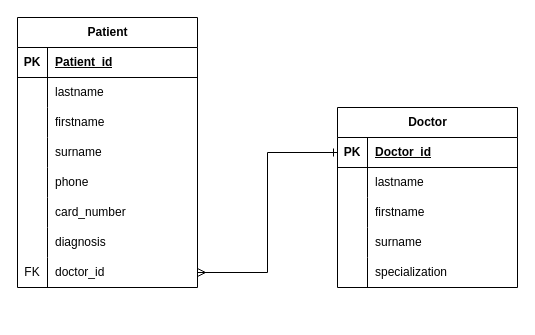
Before: Hospital/Database/HospitalER.drawio in avtss/Patterns, a draw.io diagram. Source tidied: cells renumbered, new cells numbered last; positions are measured from the earlier drawing's top-left corner, leaving out a move shared by most shapes. Both pictures are drawn from the tidied source at 100%, with x=0, y=0 at pixel (17, 17).
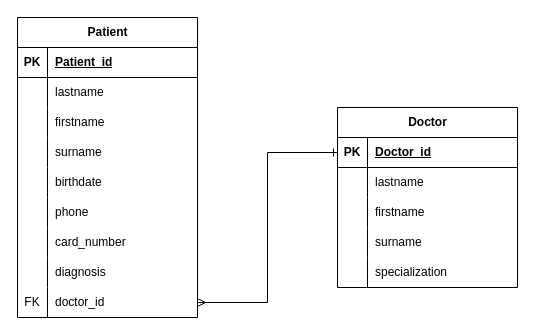
After the change.

What changed in the source:
```diff
@@
     <mxCell id="2" value="Patient" style="shape=table;startSize=30;childLayout=tableLayout;rowLines=0;fontStyle=1;align=center;html=1;" parent="1" vertex="1">
-      <mxGeometry width="180" height="270" as="geometry" />
+      <mxGeometry width="180" height="300" as="geometry" />
     </mxCell>
@@
+    <mxCell id="44" style="shape=tableRow;horizontal=0;startSize=0;swimlaneHead=0;swimlaneBody=0;fillColor=none;top=0;left=0;right=0;bottom=0;" parent="2" vertex="1">
+      <mxGeometry y="150" width="180" height="30" as="geometry" />
+    </mxCell>
+    <mxCell id="45" style="shape=partialRectangle;fillColor=none;top=0;left=0;bottom=0;right=0;overflow=hidden;whiteSpace=wrap;html=1;" parent="44" vertex="1">
+      <mxGeometry width="30" height="30" as="geometry" />
+    </mxCell>
+    <mxCell id="46" value="birthdate" style="shape=partialRectangle;fillColor=none;top=0;left=0;bottom=0;right=0;align=left;spacingLeft=6;overflow=hidden;whiteSpace=wrap;html=1;" parent="44" vertex="1">
+      <mxGeometry x="30" width="150" height="30" as="geometry" />
+    </mxCell>
     <mxCell id="15" style="shape=tableRow;horizontal=0;startSize=0;swimlaneHead=0;swimlaneBody=0;fillColor=none;top=0;left=0;right=0;bottom=0;" parent="2" vertex="1">
-      <mxGeometry y="150" width="180" height="30" as="geometry" />
+      <mxGeometry y="180" width="180" height="30" as="geometry" />
     </mxCell>
@@
     <mxCell id="18" style="shape=tableRow;horizontal=0;startSize=0;swimlaneHead=0;swimlaneBody=0;fillColor=none;top=0;left=0;right=0;bottom=0;" parent="2" vertex="1">
-      <mxGeometry y="180" width="180" height="30" as="geometry" />
+      <mxGeometry y="210" width="180" height="30" as="geometry" />
     </mxCell>
@@
     <mxCell id="21" style="shape=tableRow;horizontal=0;startSize=0;swimlaneHead=0;swimlaneBody=0;fillColor=none;top=0;left=0;right=0;bottom=0;" parent="2" vertex="1">
-      <mxGeometry y="210" width="180" height="30" as="geometry" />
+      <mxGeometry y="240" width="180" height="30" as="geometry" />
     </mxCell>
@@
     <mxCell id="24" style="shape=tableRow;horizontal=0;startSize=0;swimlaneHead=0;swimlaneBody=0;fillColor=none;points=[[0,0.5],[1,0.5]];portConstraint=eastwest;top=0;left=0;right=0;bottom=0;" parent="2" vertex="1">
-      <mxGeometry y="240" width="180" height="30" as="geometry" />
+      <mxGeometry y="270" width="180" height="30" as="geometry" />
     </mxCell>
```
